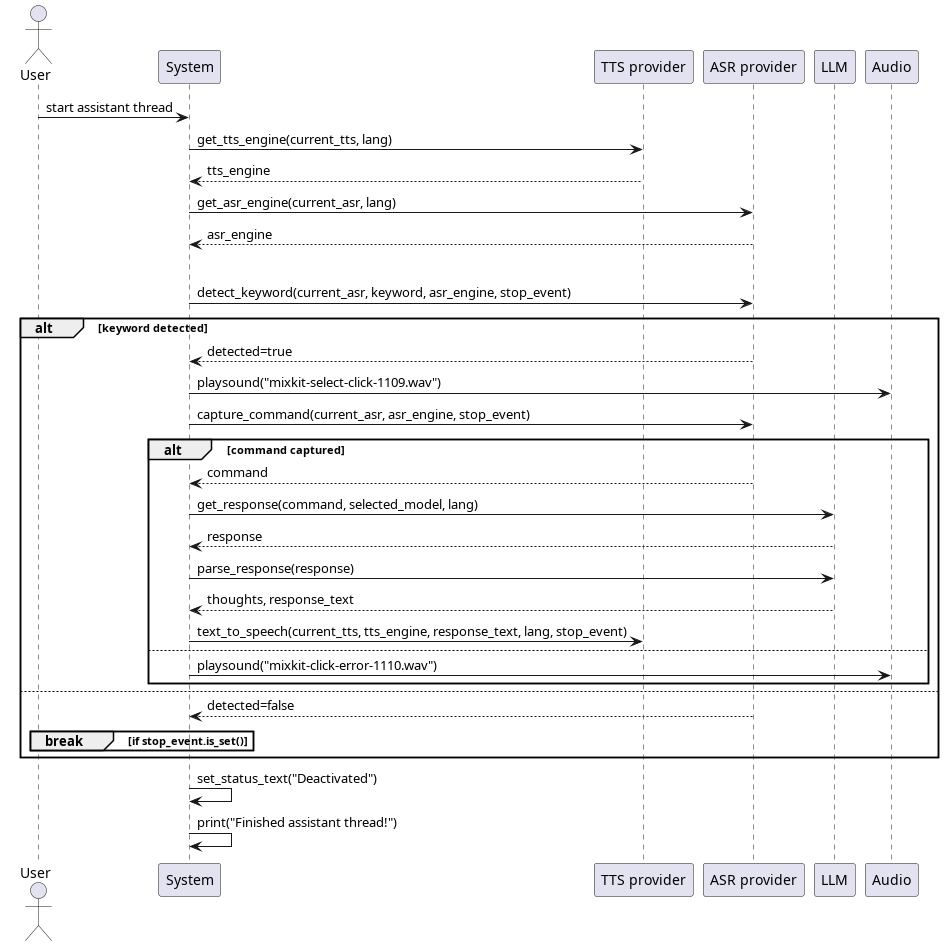
Before: docs/main_loop.png, a diagram exported from PlantUML (AlexKiselev97/ai_voice_assistant). The source it was exported from:
```plantuml
@startuml main loop
actor User
participant "System" as system
participant "TTS provider" as tts
participant "ASR provider" as asr
participant "LLM" as llmu
participant "Audio" as audio

User -> system : start assistant thread
system -> tts : get_tts_engine(current_tts, lang)
tts --> system : tts_engine
system -> asr : get_asr_engine(current_asr, lang)
asr --> system : asr_engine

loop while assistant enabled
    system -> asr : detect_keyword(current_asr, keyword, asr_engine, stop_event)
    alt keyword detected
        asr --> system : detected=true
        system -> audio : playsound("mixkit-select-click-1109.wav")
        system -> asr : capture_command(current_asr, asr_engine, stop_event)
        alt command captured
            asr --> system : command
            system -> llmu : get_response(command, selected_model, lang)
            llmu --> system : response
            system -> llmu : parse_response(response)
            llmu --> system : thoughts, response_text
            system -> tts : text_to_speech(current_tts, tts_engine, response_text, lang, stop_event)
        else
            system -> audio : playsound("mixkit-click-error-1110.wav")
        end
    else
        asr --> system : detected=false
        break if stop_event.is_set()
    end
end

system -> system : set_status_text("Deactivated")
system -> system : print("Finished assistant thread!")
@enduml
```
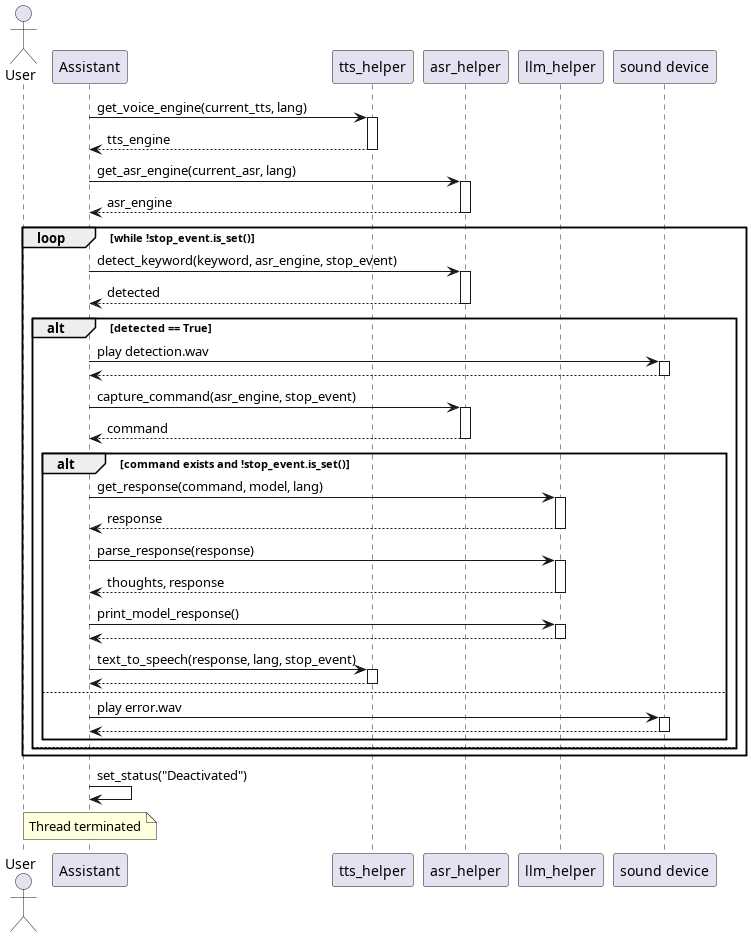
The same file after the commit.

Commit message:
update main loop scheme

Diff of the diagram source:
```diff
@@ -1,39 +1,69 @@
-@startuml main loop
+@startuml
 actor User
-participant "System" as system
-participant "TTS provider" as tts
-participant "ASR provider" as asr
-participant "LLM" as llmu
-participant "Audio" as audio
+participant "Assistant" as assistant
+participant "tts_helper" as tts
+participant "asr_helper" as asr
+participant "llm_helper" as llm
+participant "sound device" as sound
 
-User -> system : start assistant thread
-system -> tts : get_tts_engine(current_tts, lang)
-tts --> system : tts_engine
-system -> asr : get_asr_engine(current_asr, lang)
-asr --> system : asr_engine
+assistant -> tts : get_voice_engine(current_tts, lang)
+activate tts
+tts --> assistant : tts_engine
+deactivate tts
 
-loop while assistant enabled
-    system -> asr : detect_keyword(current_asr, keyword, asr_engine, stop_event)
-    alt keyword detected
-        asr --> system : detected=true
-        system -> audio : playsound("mixkit-select-click-1109.wav")
-        system -> asr : capture_command(current_asr, asr_engine, stop_event)
-        alt command captured
-            asr --> system : command
-            system -> llmu : get_response(command, selected_model, lang)
-            llmu --> system : response
-            system -> llmu : parse_response(response)
-            llmu --> system : thoughts, response_text
-            system -> tts : text_to_speech(current_tts, tts_engine, response_text, lang, stop_event)
+assistant -> asr : get_asr_engine(current_asr, lang)
+activate asr
+asr --> assistant : asr_engine
+deactivate asr
+
+loop while !stop_event.is_set()
+    assistant -> asr : detect_keyword(keyword, asr_engine, stop_event)
+    activate asr
+    asr --> assistant : detected
+    deactivate asr
+
+    alt detected == True
+        assistant -> sound : play detection.wav
+        activate sound
+        sound --> assistant
+        deactivate sound
+
+        assistant -> asr : capture_command(asr_engine, stop_event)
+        activate asr
+        asr --> assistant : command
+        deactivate asr
+
+        alt command exists and !stop_event.is_set()
+            assistant -> llm : get_response(command, model, lang)
+            activate llm
+            llm --> assistant : response
+            deactivate llm
+
+            assistant -> llm : parse_response(response)
+            activate llm
+            llm --> assistant : thoughts, response
+            deactivate llm
+
+            assistant -> llm : print_model_response()
+            activate llm
+            llm --> assistant
+            deactivate llm
+
+            assistant -> tts : text_to_speech(response, lang, stop_event)
+            activate tts
+            tts --> assistant
+            deactivate tts
         else
-            system -> audio : playsound("mixkit-click-error-1110.wav")
+            assistant -> sound : play error.wav
+            activate sound
+            sound --> assistant
+            deactivate sound
         end
     else
-        asr --> system : detected=false
-        break if stop_event.is_set()
+        note right: Keyword not detected
     end
 end
 
-system -> system : set_status_text("Deactivated")
-system -> system : print("Finished assistant thread!")
+assistant -> assistant : set_status("Deactivated")
+note over assistant: Thread terminated
 @enduml
```
